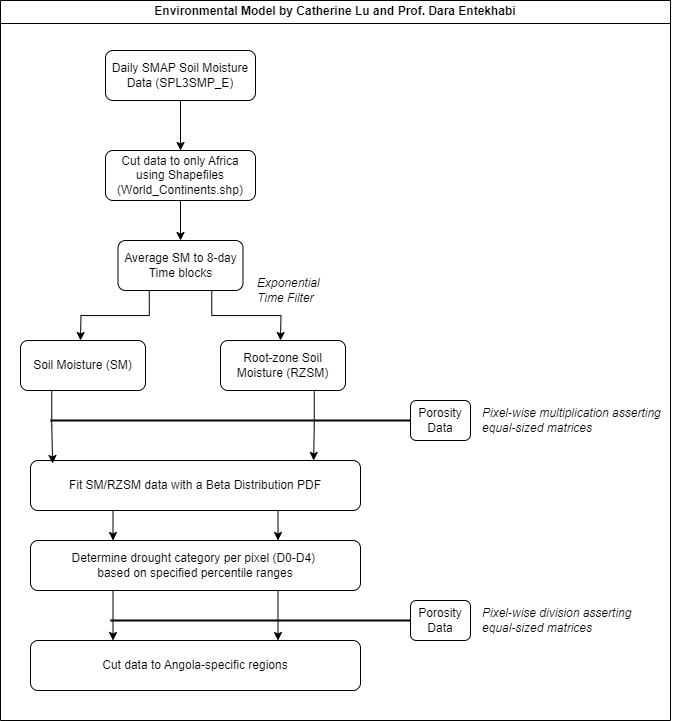
Earlier version of the draw.io export figures/SMAP_data_processing.png (edrian-liao/angola-drought). Source tidied: cells renumbered, new cells last; positions are measured from the earlier drawing's top-left corner, leaving out a move shared by most shapes.
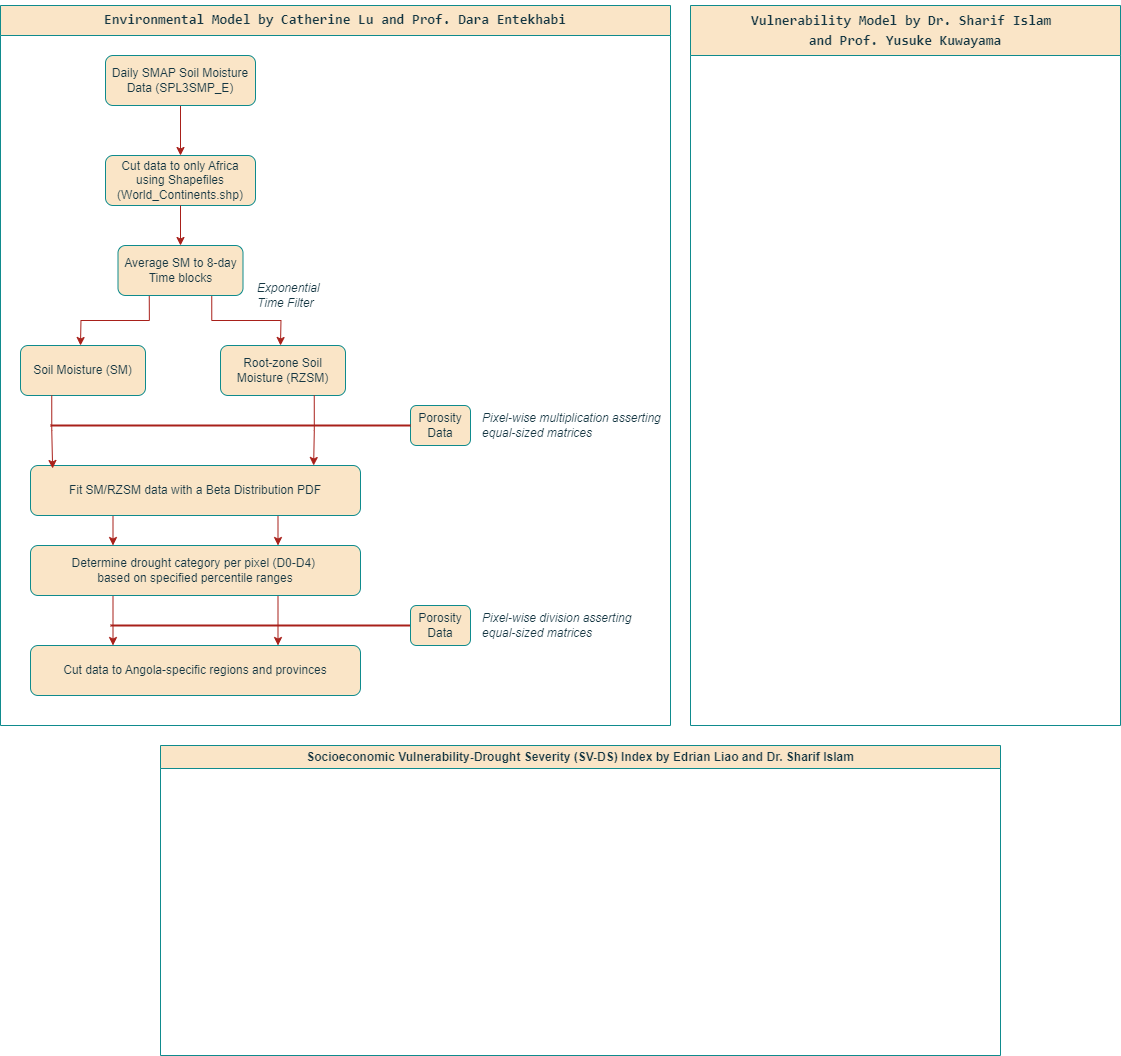
The same diagram one commit later.

What changed in the source:
```diff
@@ -2,96 +2,102 @@
   <root>
     <mxCell id="0" />
     <mxCell id="1" parent="0" />
-    <mxCell id="2" style="edgeStyle=orthogonalEdgeStyle;rounded=0;jettySize=auto;html=1;exitX=0.5;exitY=1;exitDx=0;exitDy=0;" parent="1" edge="1" source="3" target="4">
+    <mxCell id="2" style="edgeStyle=orthogonalEdgeStyle;rounded=0;jettySize=auto;html=1;exitX=0.5;exitY=1;exitDx=0;exitDy=0;labelBackgroundColor=none;strokeColor=#A8201A;fontColor=default;" parent="1" edge="1" source="3" target="4">
       <mxGeometry relative="1" as="geometry" />
     </mxCell>
-    <mxCell id="3" value="Daily SMAP Soil Moisture Data (SPL3SMP_E)" style="rounded=1;whiteSpace=wrap;html=1;fontSize=12;glass=0;strokeWidth=1;shadow=0;" parent="1" vertex="1">
+    <mxCell id="3" value="Daily SMAP Soil Moisture Data (SPL3SMP_E)" style="rounded=1;whiteSpace=wrap;html=1;fontSize=12;glass=0;strokeWidth=1;shadow=0;labelBackgroundColor=none;fillColor=#FAE5C7;strokeColor=#0F8B8D;fontColor=#143642;" parent="1" vertex="1">
       <mxGeometry x="105" y="50" width="150" height="50" as="geometry" />
     </mxCell>
-    <mxCell id="4" value="Cut data to only Africa using Shapefiles (World_Continents.shp)" style="rounded=1;whiteSpace=wrap;html=1;fontSize=12;glass=0;strokeWidth=1;shadow=0;" parent="1" vertex="1">
+    <mxCell id="4" value="Cut data to only Africa using Shapefiles (World_Continents.shp)" style="rounded=1;whiteSpace=wrap;html=1;fontSize=12;glass=0;strokeWidth=1;shadow=0;labelBackgroundColor=none;fillColor=#FAE5C7;strokeColor=#0F8B8D;fontColor=#143642;" parent="1" vertex="1">
       <mxGeometry x="105" y="150" width="150" height="50" as="geometry" />
     </mxCell>
-    <mxCell id="5" style="edgeStyle=orthogonalEdgeStyle;rounded=0;jettySize=auto;html=1;exitX=0.25;exitY=1;exitDx=0;exitDy=0;" parent="1" edge="1" source="7">
+    <mxCell id="5" style="edgeStyle=orthogonalEdgeStyle;rounded=0;jettySize=auto;html=1;exitX=0.25;exitY=1;exitDx=0;exitDy=0;labelBackgroundColor=none;strokeColor=#A8201A;fontColor=default;" parent="1" edge="1" source="7">
       <mxGeometry relative="1" as="geometry">
         <mxPoint x="80" y="340" as="targetPoint" />
       </mxGeometry>
     </mxCell>
-    <mxCell id="6" style="edgeStyle=orthogonalEdgeStyle;rounded=0;jettySize=auto;html=1;exitX=0.75;exitY=1;exitDx=0;exitDy=0;" parent="1" edge="1" source="7">
+    <mxCell id="6" style="edgeStyle=orthogonalEdgeStyle;rounded=0;jettySize=auto;html=1;exitX=0.75;exitY=1;exitDx=0;exitDy=0;labelBackgroundColor=none;strokeColor=#A8201A;fontColor=default;" parent="1" edge="1" source="7">
       <mxGeometry relative="1" as="geometry">
         <mxPoint x="280" y="340" as="targetPoint" />
       </mxGeometry>
     </mxCell>
-    <mxCell id="7" value="Average SM to 8-day Time blocks" style="rounded=1;whiteSpace=wrap;html=1;fontSize=12;glass=0;strokeWidth=1;shadow=0;" parent="1" vertex="1">
+    <mxCell id="7" value="Average SM to 8-day Time blocks" style="rounded=1;whiteSpace=wrap;html=1;fontSize=12;glass=0;strokeWidth=1;shadow=0;labelBackgroundColor=none;fillColor=#FAE5C7;strokeColor=#0F8B8D;fontColor=#143642;" parent="1" vertex="1">
       <mxGeometry x="117.5" y="240" width="125" height="50" as="geometry" />
     </mxCell>
-    <mxCell id="8" style="edgeStyle=orthogonalEdgeStyle;rounded=0;jettySize=auto;html=1;exitX=0.5;exitY=1;exitDx=0;exitDy=0;entryX=0.5;entryY=0;entryDx=0;entryDy=0;" parent="1" edge="1" source="4" target="7">
+    <mxCell id="8" style="edgeStyle=orthogonalEdgeStyle;rounded=0;jettySize=auto;html=1;exitX=0.5;exitY=1;exitDx=0;exitDy=0;entryX=0.5;entryY=0;entryDx=0;entryDy=0;labelBackgroundColor=none;strokeColor=#A8201A;fontColor=default;" parent="1" edge="1" source="4" target="7">
       <mxGeometry relative="1" as="geometry" />
     </mxCell>
-    <mxCell id="9" value="&lt;i&gt;Exponential&amp;nbsp;&lt;/i&gt;&lt;div&gt;&lt;i&gt;T&lt;span style=&quot;background-color: initial;&quot;&gt;ime Filter&lt;/span&gt;&lt;/i&gt;&lt;/div&gt;" style="text;html=1;align=left;verticalAlign=middle;strokeColor=none;fillColor=none;" parent="1" vertex="1">
+    <mxCell id="9" value="&lt;i&gt;Exponential&amp;nbsp;&lt;/i&gt;&lt;div&gt;&lt;i&gt;T&lt;span style=&quot;background-color: initial;&quot;&gt;ime Filter&lt;/span&gt;&lt;/i&gt;&lt;/div&gt;" style="text;html=1;align=left;verticalAlign=middle;strokeColor=none;fillColor=none;labelBackgroundColor=none;fontColor=#143642;" parent="1" vertex="1">
       <mxGeometry x="255" y="270" width="90" height="40" as="geometry" />
     </mxCell>
-    <mxCell id="10" value="Root-zone Soil Moisture (RZSM)" style="rounded=1;whiteSpace=wrap;html=1;fontSize=12;glass=0;strokeWidth=1;shadow=0;" parent="1" vertex="1">
+    <mxCell id="10" value="Root-zone Soil Moisture (RZSM)" style="rounded=1;whiteSpace=wrap;html=1;fontSize=12;glass=0;strokeWidth=1;shadow=0;labelBackgroundColor=none;fillColor=#FAE5C7;strokeColor=#0F8B8D;fontColor=#143642;" parent="1" vertex="1">
       <mxGeometry x="220" y="340" width="125" height="50" as="geometry" />
     </mxCell>
-    <mxCell id="11" value="Soil Moisture (SM)" style="rounded=1;whiteSpace=wrap;html=1;fontSize=12;glass=0;strokeWidth=1;shadow=0;" parent="1" vertex="1">
+    <mxCell id="11" value="Soil Moisture (SM)" style="rounded=1;whiteSpace=wrap;html=1;fontSize=12;glass=0;strokeWidth=1;shadow=0;labelBackgroundColor=none;fillColor=#FAE5C7;strokeColor=#0F8B8D;fontColor=#143642;" parent="1" vertex="1">
       <mxGeometry x="20" y="340" width="125" height="50" as="geometry" />
     </mxCell>
-    <mxCell id="12" style="edgeStyle=orthogonalEdgeStyle;rounded=0;jettySize=auto;html=1;exitX=0.25;exitY=1;exitDx=0;exitDy=0;entryX=0.25;entryY=0;entryDx=0;entryDy=0;" parent="1" edge="1" source="14" target="27">
+    <mxCell id="12" style="edgeStyle=orthogonalEdgeStyle;rounded=0;jettySize=auto;html=1;exitX=0.25;exitY=1;exitDx=0;exitDy=0;entryX=0.25;entryY=0;entryDx=0;entryDy=0;labelBackgroundColor=none;strokeColor=#A8201A;fontColor=default;" parent="1" edge="1" source="14" target="27">
       <mxGeometry relative="1" as="geometry" />
     </mxCell>
-    <mxCell id="13" style="edgeStyle=orthogonalEdgeStyle;rounded=0;jettySize=auto;html=1;exitX=0.75;exitY=1;exitDx=0;exitDy=0;entryX=0.75;entryY=0;entryDx=0;entryDy=0;" parent="1" edge="1" source="14" target="27">
+    <mxCell id="13" style="edgeStyle=orthogonalEdgeStyle;rounded=0;jettySize=auto;html=1;exitX=0.75;exitY=1;exitDx=0;exitDy=0;entryX=0.75;entryY=0;entryDx=0;entryDy=0;labelBackgroundColor=none;strokeColor=#A8201A;fontColor=default;" parent="1" edge="1" source="14" target="27">
       <mxGeometry relative="1" as="geometry" />
     </mxCell>
-    <mxCell id="14" value="Determine drought category per pixel (D0-D4)&amp;nbsp;&lt;div&gt;based on&amp;nbsp;&lt;span style=&quot;background-color: initial;&quot;&gt;specified percentile ranges&lt;/span&gt;&lt;/div&gt;" style="rounded=1;whiteSpace=wrap;html=1;" parent="1" vertex="1">
+    <mxCell id="14" value="Determine drought category per pixel (D0-D4)&amp;nbsp;&lt;div&gt;based on&amp;nbsp;&lt;span style=&quot;background-color: initial;&quot;&gt;specified percentile ranges&lt;/span&gt;&lt;/div&gt;" style="rounded=1;whiteSpace=wrap;html=1;labelBackgroundColor=none;fillColor=#FAE5C7;strokeColor=#0F8B8D;fontColor=#143642;" parent="1" vertex="1">
       <mxGeometry x="30" y="540" width="330" height="50" as="geometry" />
     </mxCell>
-    <mxCell id="15" style="edgeStyle=orthogonalEdgeStyle;rounded=0;jettySize=auto;html=1;exitX=0;exitY=0.5;exitDx=0;exitDy=0;strokeColor=none;strokeWidth=2;" parent="1" edge="1" source="16">
+    <mxCell id="15" style="edgeStyle=orthogonalEdgeStyle;rounded=0;jettySize=auto;html=1;exitX=0;exitY=0.5;exitDx=0;exitDy=0;strokeColor=none;strokeWidth=2;labelBackgroundColor=none;fontColor=default;" parent="1" edge="1" source="16">
       <mxGeometry relative="1" as="geometry">
         <mxPoint x="80" y="420" as="targetPoint" />
       </mxGeometry>
     </mxCell>
-    <mxCell id="16" value="Porosity Data" style="rounded=1;whiteSpace=wrap;html=1;" parent="1" vertex="1">
+    <mxCell id="16" value="Porosity Data" style="rounded=1;whiteSpace=wrap;html=1;labelBackgroundColor=none;fillColor=#FAE5C7;strokeColor=#0F8B8D;fontColor=#143642;" parent="1" vertex="1">
       <mxGeometry x="410" y="400" width="60" height="40" as="geometry" />
     </mxCell>
-    <mxCell id="17" value="&lt;i&gt;Pixel-wise multiplication asserting&amp;nbsp;&lt;/i&gt;&lt;div&gt;&lt;i&gt;equal-sized matrices&lt;/i&gt;&lt;/div&gt;" style="text;html=1;align=left;verticalAlign=middle;strokeColor=none;fillColor=none;" parent="1" vertex="1">
+    <mxCell id="17" value="&lt;i&gt;Pixel-wise multiplication asserting&amp;nbsp;&lt;/i&gt;&lt;div&gt;&lt;i&gt;equal-sized matrices&lt;/i&gt;&lt;/div&gt;" style="text;html=1;align=left;verticalAlign=middle;strokeColor=none;fillColor=none;labelBackgroundColor=none;fontColor=#143642;" parent="1" vertex="1">
       <mxGeometry x="480" y="400" width="210" height="40" as="geometry" />
     </mxCell>
-    <mxCell id="18" style="edgeStyle=orthogonalEdgeStyle;rounded=0;jettySize=auto;html=1;exitX=0.25;exitY=1;exitDx=0;exitDy=0;entryX=0.25;entryY=0;entryDx=0;entryDy=0;" parent="1" edge="1" source="20" target="14">
+    <mxCell id="18" style="edgeStyle=orthogonalEdgeStyle;rounded=0;jettySize=auto;html=1;exitX=0.25;exitY=1;exitDx=0;exitDy=0;entryX=0.25;entryY=0;entryDx=0;entryDy=0;labelBackgroundColor=none;strokeColor=#A8201A;fontColor=default;" parent="1" edge="1" source="20" target="14">
       <mxGeometry relative="1" as="geometry" />
     </mxCell>
-    <mxCell id="19" style="edgeStyle=orthogonalEdgeStyle;rounded=0;jettySize=auto;html=1;exitX=0.75;exitY=1;exitDx=0;exitDy=0;entryX=0.75;entryY=0;entryDx=0;entryDy=0;" parent="1" edge="1" source="20" target="14">
+    <mxCell id="19" style="edgeStyle=orthogonalEdgeStyle;rounded=0;jettySize=auto;html=1;exitX=0.75;exitY=1;exitDx=0;exitDy=0;entryX=0.75;entryY=0;entryDx=0;entryDy=0;labelBackgroundColor=none;strokeColor=#A8201A;fontColor=default;" parent="1" edge="1" source="20" target="14">
       <mxGeometry relative="1" as="geometry" />
     </mxCell>
-    <mxCell id="20" value="Fit SM/RZSM data with a Beta Distribution PDF" style="rounded=1;whiteSpace=wrap;html=1;" parent="1" vertex="1">
+    <mxCell id="20" value="Fit SM/RZSM data with a Beta Distribution PDF" style="rounded=1;whiteSpace=wrap;html=1;labelBackgroundColor=none;fillColor=#FAE5C7;strokeColor=#0F8B8D;fontColor=#143642;" parent="1" vertex="1">
       <mxGeometry x="30" y="460" width="330" height="50" as="geometry" />
     </mxCell>
-    <mxCell id="21" value="&lt;i&gt;Pixel-wise division asserting&amp;nbsp;&lt;/i&gt;&lt;div&gt;&lt;i&gt;equal-sized matrices&lt;/i&gt;&lt;/div&gt;" style="text;html=1;align=left;verticalAlign=middle;strokeColor=none;fillColor=none;" parent="1" vertex="1">
+    <mxCell id="21" value="&lt;i&gt;Pixel-wise division asserting&amp;nbsp;&lt;/i&gt;&lt;div&gt;&lt;i&gt;equal-sized matrices&lt;/i&gt;&lt;/div&gt;" style="text;html=1;align=left;verticalAlign=middle;strokeColor=none;fillColor=none;labelBackgroundColor=none;fontColor=#143642;" parent="1" vertex="1">
       <mxGeometry x="480" y="600" width="180" height="40" as="geometry" />
     </mxCell>
-    <mxCell id="22" style="endArrow=none;html=1;rounded=0;strokeWidth=2;entryX=0;entryY=0.5;entryDx=0;entryDy=0;" parent="1" edge="1" target="24">
+    <mxCell id="22" style="endArrow=none;html=1;rounded=0;strokeWidth=2;entryX=0;entryY=0.5;entryDx=0;entryDy=0;labelBackgroundColor=none;strokeColor=#A8201A;fontColor=default;" parent="1" edge="1" target="24">
       <mxGeometry relative="1" as="geometry">
         <mxPoint x="110" y="620" as="sourcePoint" />
       </mxGeometry>
     </mxCell>
-    <mxCell id="23" style="endArrow=none;html=1;rounded=0;entryX=0;entryY=0.5;entryDx=0;entryDy=0;strokeWidth=2;" parent="1" edge="1" target="16">
+    <mxCell id="23" style="endArrow=none;html=1;rounded=0;entryX=0;entryY=0.5;entryDx=0;entryDy=0;strokeWidth=2;labelBackgroundColor=none;strokeColor=#A8201A;fontColor=default;" parent="1" edge="1" target="16">
       <mxGeometry relative="1" as="geometry">
         <mxPoint x="50" y="420" as="sourcePoint" />
       </mxGeometry>
     </mxCell>
-    <mxCell id="24" value="Porosity Data" style="rounded=1;whiteSpace=wrap;html=1;" parent="1" vertex="1">
+    <mxCell id="24" value="Porosity Data" style="rounded=1;whiteSpace=wrap;html=1;labelBackgroundColor=none;fillColor=#FAE5C7;strokeColor=#0F8B8D;fontColor=#143642;" parent="1" vertex="1">
       <mxGeometry x="410" y="600" width="60" height="40" as="geometry" />
     </mxCell>
-    <mxCell id="25" style="edgeStyle=orthogonalEdgeStyle;rounded=0;jettySize=auto;html=1;exitX=0.25;exitY=1;exitDx=0;exitDy=0;entryX=0.067;entryY=0.06;entryDx=0;entryDy=0;entryPerimeter=0;" parent="1" edge="1" source="11" target="20">
+    <mxCell id="25" style="edgeStyle=orthogonalEdgeStyle;rounded=0;jettySize=auto;html=1;exitX=0.25;exitY=1;exitDx=0;exitDy=0;entryX=0.067;entryY=0.06;entryDx=0;entryDy=0;entryPerimeter=0;labelBackgroundColor=none;strokeColor=#A8201A;fontColor=default;" parent="1" edge="1" source="11" target="20">
       <mxGeometry relative="1" as="geometry" />
     </mxCell>
-    <mxCell id="26" style="edgeStyle=orthogonalEdgeStyle;rounded=0;jettySize=auto;html=1;exitX=0.75;exitY=1;exitDx=0;exitDy=0;entryX=0.858;entryY=0;entryDx=0;entryDy=0;entryPerimeter=0;" parent="1" edge="1" source="10" target="20">
+    <mxCell id="26" style="edgeStyle=orthogonalEdgeStyle;rounded=0;jettySize=auto;html=1;exitX=0.75;exitY=1;exitDx=0;exitDy=0;entryX=0.858;entryY=0;entryDx=0;entryDy=0;entryPerimeter=0;labelBackgroundColor=none;strokeColor=#A8201A;fontColor=default;" parent="1" edge="1" source="10" target="20">
       <mxGeometry relative="1" as="geometry" />
     </mxCell>
-    <mxCell id="27" value="Cut data to Angola-specific regions" style="rounded=1;whiteSpace=wrap;html=1;fontSize=12;glass=0;strokeWidth=1;shadow=0;" parent="1" vertex="1">
+    <mxCell id="27" value="Cut data to Angola-specific regions and provinces" style="rounded=1;whiteSpace=wrap;html=1;fontSize=12;glass=0;strokeWidth=1;shadow=0;labelBackgroundColor=none;fillColor=#FAE5C7;strokeColor=#0F8B8D;fontColor=#143642;" parent="1" vertex="1">
       <mxGeometry x="30" y="640" width="330" height="50" as="geometry" />
     </mxCell>
-    <mxCell id="28" value="Environmental Model by Catherine Lu and Prof. Dara Entekhabi" style="swimlane;whiteSpace=wrap;html=1;" parent="1" vertex="1">
+    <mxCell id="28" value="&lt;pre&gt;&lt;font style=&quot;font-size: 14px;&quot;&gt;Environmental Model by Catherine Lu and Prof. Dara Entekhabi&lt;/font&gt;&lt;/pre&gt;" style="swimlane;whiteSpace=wrap;html=1;startSize=30;labelBackgroundColor=none;fillColor=#FAE5C7;strokeColor=#0F8B8D;fontColor=#143642;" parent="1" vertex="1">
       <mxGeometry width="670" height="720" as="geometry" />
     </mxCell>
+    <mxCell id="29" value="&lt;p style=&quot;line-height: 100%;&quot;&gt;&lt;/p&gt;&lt;pre style=&quot;line-height: 40%; font-size: 14px;&quot;&gt;&lt;font style=&quot;font-size: 14px;&quot;&gt;Vulnerability Model by Dr. Sharif Islam &lt;/font&gt;&lt;/pre&gt;&lt;pre style=&quot;line-height: 40%; font-size: 14px;&quot;&gt;&lt;font style=&quot;font-size: 14px;&quot;&gt;and Prof. Yusuke Kuwayama&lt;/font&gt;&lt;/pre&gt;&lt;p&gt;&lt;/p&gt;" style="swimlane;whiteSpace=wrap;html=1;strokeColor=#0F8B8D;fontColor=#143642;fillColor=#FAE5C7;startSize=50;labelBackgroundColor=none;" parent="1" vertex="1">
+      <mxGeometry x="690" width="430" height="720" as="geometry" />
+    </mxCell>
+    <mxCell id="30" value="Socioeconomic Vulnerability-Drought Severity (SV-DS) Index by Edrian Liao and Dr. Sharif Islam" style="swimlane;whiteSpace=wrap;html=1;strokeColor=#0F8B8D;fontColor=#143642;fillColor=#FAE5C7;labelBackgroundColor=none;" parent="1" vertex="1">
+      <mxGeometry x="160" y="740" width="840" height="310" as="geometry" />
+    </mxCell>
   </root>
 </mxGraphModel>
```
